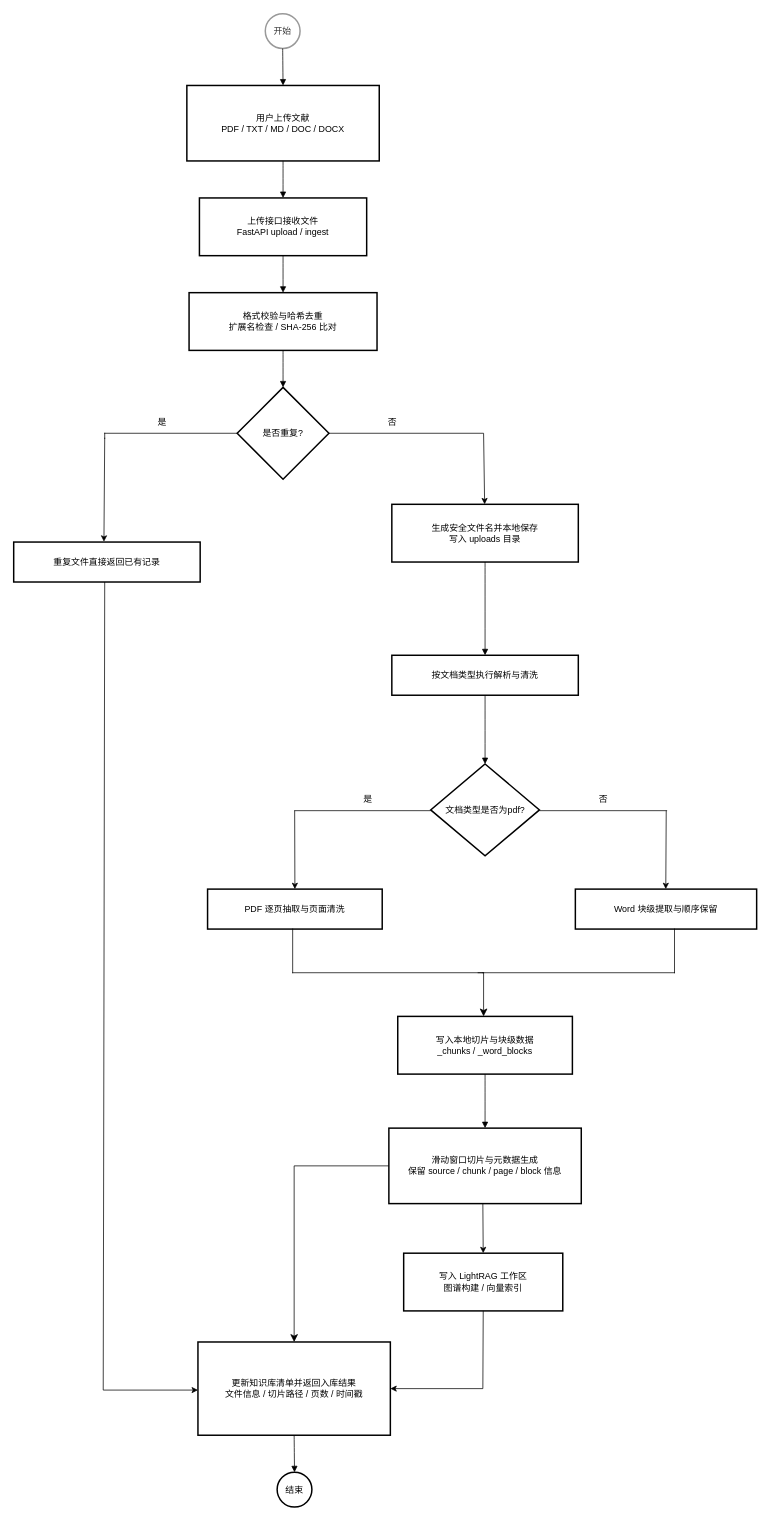
Before: 文档上传流程图.drawio in luser233/test01-2025-07-13, a draw.io diagram. Source tidied: cells renumbered, new cells numbered last; positions are measured from the earlier drawing's top-left corner, leaving out a move shared by most shapes. Both pictures are drawn from the tidied source at 74%, with x=0, y=0 at pixel (13, 13).
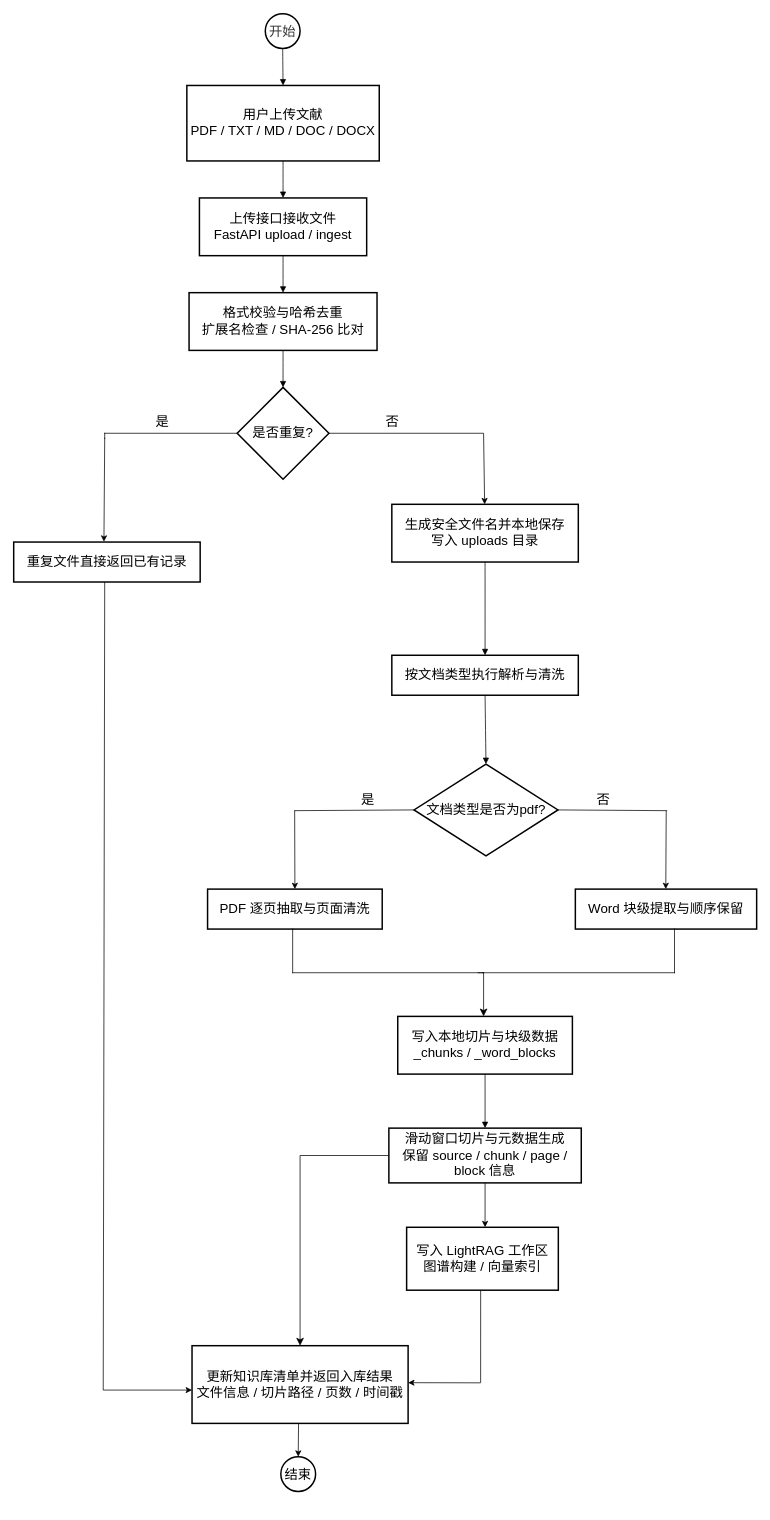
Above is the later version.

Commit message:
更新文档上传流程图.drawio

What changed in the source:
```diff
@@
-    <mxCell id="2" value="开始" style="ellipse;strokeWidth=2;whiteSpace=wrap;fillColor=light-dark(#ffffff, #1f2020);strokeColor=light-dark(#999999,#cccccc);fontColor=light-dark(#333333,#cccccc);" parent="1" vertex="1">
+    <mxCell id="2" value="开始" style="ellipse;strokeWidth=2;whiteSpace=wrap;fillColor=light-dark(#ffffff, #1f2020);strokeColor=light-dark(#000000,#CCCCCC);fontColor=light-dark(#333333,#cccccc);fontSize=18;" parent="1" vertex="1">
       <mxGeometry x="340" width="47" height="47" as="geometry" />
     </mxCell>
-    <mxCell id="3" value="用户上传文献&#10;PDF / TXT / MD / DOC / DOCX" style="whiteSpace=wrap;strokeWidth=2;" parent="1" vertex="1">
+    <mxCell id="3" value="用户上传文献&#10;PDF / TXT / MD / DOC / DOCX" style="whiteSpace=wrap;strokeWidth=2;fontSize=18;" parent="1" vertex="1">
       <mxGeometry x="234" y="97" width="260" height="102" as="geometry" />
     </mxCell>
-    <mxCell id="4" value="上传接口接收文件&#10;FastAPI upload / ingest" style="whiteSpace=wrap;strokeWidth=2;" parent="1" vertex="1">
+    <mxCell id="4" value="上传接口接收文件&#10;FastAPI upload / ingest" style="whiteSpace=wrap;strokeWidth=2;fontSize=18;" parent="1" vertex="1">
       <mxGeometry x="251" y="249" width="226" height="78" as="geometry" />
     </mxCell>
-    <mxCell id="5" value="格式校验与哈希去重&#10;扩展名检查 / SHA-256 比对" style="whiteSpace=wrap;strokeWidth=2;" parent="1" vertex="1">
+    <mxCell id="5" value="格式校验与哈希去重&#10;扩展名检查 / SHA-256 比对" style="whiteSpace=wrap;strokeWidth=2;fontSize=18;" parent="1" vertex="1">
       <mxGeometry x="237" y="377" width="254" height="78" as="geometry" />
     </mxCell>
-    <mxCell id="6" value="是否重复?" style="rhombus;strokeWidth=2;whiteSpace=wrap;" parent="1" vertex="1">
+    <mxCell id="6" value="是否重复?" style="rhombus;strokeWidth=2;whiteSpace=wrap;fontSize=18;" parent="1" vertex="1">
       <mxGeometry x="302" y="505" width="124" height="124" as="geometry" />
     </mxCell>
-    <mxCell id="7" value="重复文件直接返回已有记录" style="whiteSpace=wrap;strokeWidth=2;" parent="1" vertex="1">
+    <mxCell id="7" value="重复文件直接返回已有记录" style="whiteSpace=wrap;strokeWidth=2;fontSize=18;" parent="1" vertex="1">
       <mxGeometry y="714" width="252" height="54" as="geometry" />
     </mxCell>
-    <mxCell id="8" value="生成安全文件名并本地保存&#10;写入 uploads 目录" style="whiteSpace=wrap;strokeWidth=2;" parent="1" vertex="1">
+    <mxCell id="8" value="生成安全文件名并本地保存&#10;写入 uploads 目录" style="whiteSpace=wrap;strokeWidth=2;fontSize=18;" parent="1" vertex="1">
       <mxGeometry x="511" y="663" width="252" height="78" as="geometry" />
     </mxCell>
-    <mxCell id="9" value="按文档类型执行解析与清洗" style="whiteSpace=wrap;strokeWidth=2;" parent="1" vertex="1">
+    <mxCell id="9" value="按文档类型执行解析与清洗" style="whiteSpace=wrap;strokeWidth=2;fontSize=18;" parent="1" vertex="1">
       <mxGeometry x="511" y="867" width="252" height="54" as="geometry" />
     </mxCell>
-    <mxCell id="10" value="文档类型是否为pdf?" style="rhombus;strokeWidth=2;whiteSpace=wrap;" parent="1" vertex="1">
-      <mxGeometry x="563.5" y="1014" width="147" height="124" as="geometry" />
+    <mxCell id="10" value="文档类型是否为pdf?" style="rhombus;strokeWidth=2;whiteSpace=wrap;fontSize=18;" parent="1" vertex="1">
+      <mxGeometry x="541" y="1014" width="194.5" height="124" as="geometry" />
     </mxCell>
-    <mxCell id="11" value="PDF 逐页抽取与页面清洗" style="whiteSpace=wrap;strokeWidth=2;" parent="1" vertex="1">
+    <mxCell id="11" value="PDF 逐页抽取与页面清洗" style="whiteSpace=wrap;strokeWidth=2;fontSize=18;" parent="1" vertex="1">
       <mxGeometry x="262" y="1183" width="236" height="54" as="geometry" />
     </mxCell>
-    <mxCell id="12" value="Word 块级提取与顺序保留" style="whiteSpace=wrap;strokeWidth=2;" parent="1" vertex="1">
+    <mxCell id="12" value="Word 块级提取与顺序保留" style="whiteSpace=wrap;strokeWidth=2;fontSize=18;" parent="1" vertex="1">
       <mxGeometry x="759" y="1183" width="245" height="54" as="geometry" />
     </mxCell>
-    <mxCell id="13" value="写入本地切片与块级数据&#10;_chunks / _word_blocks" style="whiteSpace=wrap;strokeWidth=2;" parent="1" vertex="1">
+    <mxCell id="13" value="写入本地切片与块级数据&#10;_chunks / _word_blocks" style="whiteSpace=wrap;strokeWidth=2;fontSize=18;" parent="1" vertex="1">
       <mxGeometry x="519" y="1355" width="236" height="78" as="geometry" />
     </mxCell>
-    <mxCell id="14" value="滑动窗口切片与元数据生成&#10;保留 source / chunk / page / block 信息" style="whiteSpace=wrap;strokeWidth=2;" parent="1" vertex="1">
-      <mxGeometry x="507" y="1506" width="260" height="102" as="geometry" />
+    <mxCell id="14" value="滑动窗口切片与元数据生成&#10;保留 source / chunk / page / block 信息" style="whiteSpace=wrap;strokeWidth=2;fontSize=18;" parent="1" vertex="1">
+      <mxGeometry x="507" y="1506" width="260" height="74" as="geometry" />
     </mxCell>
-    <mxCell id="15" value="写入 LightRAG 工作区&#10;图谱构建 / 向量索引" style="whiteSpace=wrap;strokeWidth=2;" parent="1" vertex="1">
-      <mxGeometry x="527" y="1675" width="215" height="78" as="geometry" />
+    <mxCell id="15" value="写入 LightRAG 工作区&#10;图谱构建 / 向量索引" style="whiteSpace=wrap;strokeWidth=2;fontSize=18;" parent="1" vertex="1">
+      <mxGeometry x="531" y="1640" width="205" height="85" as="geometry" />
     </mxCell>
-    <mxCell id="16" value="更新知识库清单并返回入库结果&#10;文件信息 / 切片路径 / 页数 / 时间戳" style="whiteSpace=wrap;strokeWidth=2;" parent="1" vertex="1">
-      <mxGeometry x="249" y="1795" width="260" height="126" as="geometry" />
+    <mxCell id="16" value="更新知识库清单并返回入库结果&#10;文件信息 / 切片路径 / 页数 / 时间戳" style="whiteSpace=wrap;strokeWidth=2;fontSize=18;" parent="1" vertex="1">
+      <mxGeometry x="241" y="1800" width="292" height="105" as="geometry" />
     </mxCell>
-    <mxCell id="17" value="结束" style="ellipse;strokeWidth=2;whiteSpace=wrap;" parent="1" vertex="1">
-      <mxGeometry x="356" y="1971" width="47" height="47" as="geometry" />
+    <mxCell id="17" value="结束" style="ellipse;strokeWidth=2;whiteSpace=wrap;fontSize=18;" parent="1" vertex="1">
+      <mxGeometry x="361" y="1950" width="47" height="47" as="geometry" />
     </mxCell>
-    <mxCell id="18" style="curved=1;startArrow=none;endArrow=block;exitX=0.51;exitY=1;entryX=0.5;entryY=0;rounded=0;" parent="1" edge="1" source="2" target="3">
+    <mxCell id="18" style="curved=1;startArrow=none;endArrow=block;exitX=0.51;exitY=1;entryX=0.5;entryY=0;rounded=0;fontSize=18;" parent="1" edge="1" source="2" target="3">
       <mxGeometry relative="1" as="geometry" />
     </mxCell>
-    <mxCell id="19" style="curved=1;startArrow=none;endArrow=block;exitX=0.5;exitY=1;entryX=0.5;entryY=0;rounded=0;" parent="1" edge="1" source="3" target="4">
+    <mxCell id="19" style="curved=1;startArrow=none;endArrow=block;exitX=0.5;exitY=1;entryX=0.5;entryY=0;rounded=0;fontSize=18;" parent="1" edge="1" source="3" target="4">
       <mxGeometry relative="1" as="geometry" />
     </mxCell>
-    <mxCell id="20" style="curved=1;startArrow=none;endArrow=block;exitX=0.5;exitY=1;entryX=0.5;entryY=0;rounded=0;" parent="1" edge="1" source="4" target="5">
+    <mxCell id="20" style="curved=1;startArrow=none;endArrow=block;exitX=0.5;exitY=1;entryX=0.5;entryY=0;rounded=0;fontSize=18;" parent="1" edge="1" source="4" target="5">
       <mxGeometry relative="1" as="geometry" />
     </mxCell>
-    <mxCell id="21" style="curved=1;startArrow=none;endArrow=block;exitX=0.5;exitY=1;entryX=0.5;entryY=0;rounded=0;" parent="1" edge="1" source="5" target="6">
+    <mxCell id="21" style="curved=1;startArrow=none;endArrow=block;exitX=0.5;exitY=1;entryX=0.5;entryY=0;rounded=0;fontSize=18;" parent="1" edge="1" source="5" target="6">
       <mxGeometry relative="1" as="geometry" />
     </mxCell>
-    <mxCell id="22" style="curved=1;startArrow=none;endArrow=block;exitX=0.5;exitY=1;entryX=0.5;entryY=0;rounded=0;" parent="1" edge="1" source="8" target="9">
+    <mxCell id="22" style="curved=1;startArrow=none;endArrow=block;exitX=0.5;exitY=1;entryX=0.5;entryY=0;rounded=0;fontSize=18;" parent="1" edge="1" source="8" target="9">
       <mxGeometry relative="1" as="geometry" />
     </mxCell>
-    <mxCell id="23" style="curved=1;startArrow=none;endArrow=block;exitX=0.5;exitY=1;entryX=0.5;entryY=0;rounded=0;" parent="1" edge="1" source="9" target="10">
+    <mxCell id="23" style="curved=1;startArrow=none;endArrow=block;exitX=0.5;exitY=1;entryX=0.5;entryY=0;rounded=0;fontSize=18;" parent="1" edge="1" source="9" target="10">
       <mxGeometry relative="1" as="geometry" />
     </mxCell>
-    <mxCell id="24" style="curved=1;startArrow=none;endArrow=block;exitX=0.5;exitY=1;entryX=0.5;entryY=0;rounded=0;" parent="1" edge="1" source="13" target="14">
+    <mxCell id="24" style="curved=1;startArrow=none;endArrow=block;exitX=0.5;exitY=1;entryX=0.5;entryY=0;rounded=0;fontSize=18;" parent="1" edge="1" source="13" target="14">
       <mxGeometry relative="1" as="geometry" />
     </mxCell>
-    <mxCell id="25" style="curved=1;startArrow=none;endArrow=block;exitX=0.5;exitY=1;entryX=0.5;entryY=-0.01;rounded=0;" parent="1" edge="1" source="16" target="17">
-      <mxGeometry relative="1" as="geometry" />
-    </mxCell>
-    <mxCell id="26" style="shape=partialRectangle;whiteSpace=wrap;html=1;bottom=0;right=0;fillColor=none;" parent="1" vertex="1">
+    <mxCell id="26" style="shape=partialRectangle;whiteSpace=wrap;html=1;bottom=0;right=0;fillColor=none;fontSize=18;" parent="1" vertex="1">
       <mxGeometry x="123" y="567" width="179" height="7" as="geometry" />
     </mxCell>
-    <mxCell id="27" style="edgeStyle=segmentEdgeStyle;endArrow=classic;html=1;curved=0;rounded=0;endSize=8;startSize=8;entryX=0;entryY=0.5;entryDx=0;entryDy=0;entryPerimeter=0;" parent="1" edge="1">
+    <mxCell id="27" style="edgeStyle=segmentEdgeStyle;endArrow=classic;html=1;curved=0;rounded=0;endSize=8;startSize=8;entryX=0;entryY=0.5;entryDx=0;entryDy=0;entryPerimeter=0;fontSize=18;" parent="1" edge="1">
       <mxGeometry relative="1" as="geometry">
         <mxPoint x="627" y="1296" as="sourcePoint" />
         <mxPoint x="635" y="1355" as="targetPoint" />
       </mxGeometry>
     </mxCell>
-    <mxCell id="28" style="shape=partialRectangle;whiteSpace=wrap;html=1;bottom=0;right=0;fillColor=none;direction=west;" parent="1" vertex="1">
+    <mxCell id="28" style="shape=partialRectangle;whiteSpace=wrap;html=1;bottom=0;right=0;fillColor=none;direction=west;fontSize=18;" parent="1" vertex="1">
       <mxGeometry x="634" y="1237" width="259" height="59" as="geometry" />
     </mxCell>
-    <mxCell id="29" style="shape=partialRectangle;whiteSpace=wrap;html=1;bottom=0;right=0;fillColor=none;direction=north;" parent="1" vertex="1">
+    <mxCell id="29" style="shape=partialRectangle;whiteSpace=wrap;html=1;bottom=0;right=0;fillColor=none;direction=north;fontSize=18;" parent="1" vertex="1">
       <mxGeometry x="377" y="1237" width="258" height="59" as="geometry" />
     </mxCell>
-    <mxCell id="30" style="endArrow=classic;html=1;rounded=0;entryX=0.484;entryY=-0.009;entryDx=0;entryDy=0;entryPerimeter=0;" parent="1" edge="1" target="7">
+    <mxCell id="30" style="endArrow=classic;html=1;rounded=0;entryX=0.484;entryY=-0.009;entryDx=0;entryDy=0;entryPerimeter=0;fontSize=18;" parent="1" edge="1" target="7">
       <mxGeometry relative="1" as="geometry">
         <mxPoint x="123" y="573" as="sourcePoint" />
       </mxGeometry>
     </mxCell>
-    <mxCell id="31" style="endArrow=classic;html=1;rounded=0;" parent="1" edge="1" target="8">
+    <mxCell id="31" style="endArrow=classic;html=1;rounded=0;fontSize=18;" parent="1" edge="1" target="8">
       <mxGeometry relative="1" as="geometry">
         <mxPoint x="635" y="567" as="sourcePoint" />
       </mxGeometry>
     </mxCell>
-    <mxCell id="32" style="endArrow=none;html=1;rounded=0;" parent="1" edge="1">
+    <mxCell id="32" style="endArrow=none;html=1;rounded=0;fontSize=18;" parent="1" edge="1">
       <mxGeometry relative="1" as="geometry">
         <mxPoint x="426" y="567" as="sourcePoint" />
         <mxPoint x="635" y="567" as="targetPoint" />
       </mxGeometry>
     </mxCell>
-    <mxCell id="33" value="是" style="text;html=1;whiteSpace=wrap;strokeColor=none;fillColor=none;align=center;verticalAlign=middle;rounded=0;" parent="1" vertex="1">
+    <mxCell id="33" value="是" style="text;html=1;whiteSpace=wrap;strokeColor=none;fillColor=none;align=center;verticalAlign=middle;rounded=0;fontSize=18;" parent="1" vertex="1">
       <mxGeometry x="171" y="537" width="60" height="30" as="geometry" />
     </mxCell>
-    <mxCell id="34" value="否" style="text;html=1;whiteSpace=wrap;strokeColor=none;fillColor=none;align=center;verticalAlign=middle;rounded=0;" parent="1" vertex="1">
+    <mxCell id="34" value="否" style="text;html=1;whiteSpace=wrap;strokeColor=none;fillColor=none;align=center;verticalAlign=middle;rounded=0;fontSize=18;" parent="1" vertex="1">
       <mxGeometry x="482" y="537" width="60" height="30" as="geometry" />
     </mxCell>
-    <mxCell id="35" style="endArrow=none;html=1;rounded=0;" parent="1" edge="1">
+    <mxCell id="35" style="endArrow=none;html=1;rounded=0;fontSize=18;entryX=0;entryY=0.5;entryDx=0;entryDy=0;" parent="1" edge="1" target="10">
       <mxGeometry relative="1" as="geometry">
         <mxPoint x="379" y="1077" as="sourcePoint" />
-        <mxPoint x="563.5" y="1077" as="targetPoint" />
       </mxGeometry>
     </mxCell>
-    <mxCell id="36" style="endArrow=none;html=1;rounded=0;" parent="1" edge="1">
+    <mxCell id="36" style="endArrow=none;html=1;rounded=0;fontSize=18;exitX=1;exitY=0.5;exitDx=0;exitDy=0;" parent="1" edge="1" source="10">
       <mxGeometry relative="1" as="geometry">
-        <mxPoint x="710.5" y="1077" as="sourcePoint" />
         <mxPoint x="883" y="1077" as="targetPoint" />
       </mxGeometry>
     </mxCell>
-    <mxCell id="37" style="endArrow=classic;html=1;rounded=0;entryX=0.5;entryY=0;entryDx=0;entryDy=0;" parent="1" edge="1" target="11">
+    <mxCell id="37" style="endArrow=classic;html=1;rounded=0;entryX=0.5;entryY=0;entryDx=0;entryDy=0;fontSize=18;" parent="1" edge="1" target="11">
       <mxGeometry relative="1" as="geometry">
         <mxPoint x="379.7" y="1077" as="sourcePoint" />
       </mxGeometry>
     </mxCell>
-    <mxCell id="38" style="endArrow=classic;html=1;rounded=0;entryX=0.5;entryY=0;entryDx=0;entryDy=0;" parent="1" edge="1">
+    <mxCell id="38" style="endArrow=classic;html=1;rounded=0;entryX=0.5;entryY=0;entryDx=0;entryDy=0;fontSize=18;" parent="1" edge="1">
       <mxGeometry relative="1" as="geometry">
         <mxPoint x="881.8" y="1077" as="sourcePoint" />
         <mxPoint x="881.2" y="1183" as="targetPoint" />
       </mxGeometry>
     </mxCell>
-    <mxCell id="39" value="是" style="text;html=1;whiteSpace=wrap;strokeColor=none;fillColor=none;align=center;verticalAlign=middle;rounded=0;" parent="1" vertex="1">
+    <mxCell id="39" value="是" style="text;html=1;whiteSpace=wrap;strokeColor=none;fillColor=none;align=center;verticalAlign=middle;rounded=0;fontSize=18;" parent="1" vertex="1">
       <mxGeometry x="449" y="1047" width="60" height="30" as="geometry" />
     </mxCell>
-    <mxCell id="40" value="否" style="text;html=1;whiteSpace=wrap;strokeColor=none;fillColor=none;align=center;verticalAlign=middle;rounded=0;" parent="1" vertex="1">
+    <mxCell id="40" value="否" style="text;html=1;whiteSpace=wrap;strokeColor=none;fillColor=none;align=center;verticalAlign=middle;rounded=0;fontSize=18;" parent="1" vertex="1">
       <mxGeometry x="767" y="1047" width="60" height="30" as="geometry" />
     </mxCell>
-    <mxCell id="41" style="endArrow=classic;html=1;rounded=0;entryX=0.5;entryY=0;entryDx=0;entryDy=0;" parent="1" edge="1" target="15">
-      <mxGeometry relative="1" as="geometry">
-        <mxPoint x="634" y="1608" as="sourcePoint" />
-      </mxGeometry>
-    </mxCell>
-    <mxCell id="42" style="endArrow=classic;html=1;rounded=0;entryX=1;entryY=0.5;entryDx=0;entryDy=0;" parent="1" edge="1" target="16">
+    <mxCell id="42" style="endArrow=classic;html=1;rounded=0;fontSize=18;" parent="1" edge="1">
       <mxGeometry relative="1" as="geometry">
-        <mxPoint x="634" y="1858" as="sourcePoint" />
+        <mxPoint x="631" y="1850.2" as="sourcePoint" />
+        <mxPoint x="533" y="1850" as="targetPoint" />
       </mxGeometry>
     </mxCell>
-    <mxCell id="43" style="endArrow=none;html=1;rounded=0;entryX=0.5;entryY=1;entryDx=0;entryDy=0;" parent="1" edge="1" target="15">
-      <mxGeometry relative="1" as="geometry">
-        <mxPoint x="634" y="1858" as="sourcePoint" />
-      </mxGeometry>
-    </mxCell>
-    <mxCell id="44" style="edgeStyle=segmentEdgeStyle;endArrow=classic;html=1;curved=0;rounded=0;endSize=8;startSize=8;entryX=0.5;entryY=0;entryDx=0;entryDy=0;exitX=0;exitY=0.5;exitDx=0;exitDy=0;" parent="1" edge="1" source="14" target="16">
+    <mxCell id="44" style="edgeStyle=segmentEdgeStyle;endArrow=classic;html=1;curved=0;rounded=0;endSize=8;startSize=8;entryX=0.5;entryY=0;entryDx=0;entryDy=0;exitX=0;exitY=0.5;exitDx=0;exitDy=0;fontSize=18;" parent="1" edge="1" source="14" target="16">
       <mxGeometry relative="1" as="geometry" />
     </mxCell>
-    <mxCell id="45" style="endArrow=none;html=1;rounded=0;" parent="1" edge="1">
+    <mxCell id="45" style="endArrow=none;html=1;rounded=0;fontSize=18;" parent="1" edge="1">
       <mxGeometry relative="1" as="geometry">
         <mxPoint x="121" y="1860" as="sourcePoint" />
         <mxPoint x="123" y="768" as="targetPoint" />
       </mxGeometry>
     </mxCell>
-    <mxCell id="46" style="endArrow=classic;html=1;rounded=0;" parent="1" edge="1">
+    <mxCell id="46" style="endArrow=classic;html=1;rounded=0;fontSize=18;" parent="1" edge="1">
       <mxGeometry relative="1" as="geometry">
         <mxPoint x="121" y="1860" as="sourcePoint" />
-        <mxPoint x="249" y="1860" as="targetPoint" />
+        <mxPoint x="241" y="1860" as="targetPoint" />
       </mxGeometry>
     </mxCell>
+    <mxCell id="47" style="endArrow=none;html=1;rounded=0;entryX=0.488;entryY=1.003;entryDx=0;entryDy=0;entryPerimeter=0;" parent="1" edge="1" target="15">
+      <mxGeometry relative="1" as="geometry">
+        <mxPoint x="631" y="1850" as="sourcePoint" />
+      </mxGeometry>
+    </mxCell>
+    <mxCell id="48" style="endArrow=classic;html=1;rounded=0;exitX=0.5;exitY=1;exitDx=0;exitDy=0;entryX=0.517;entryY=-0.001;entryDx=0;entryDy=0;entryPerimeter=0;" parent="1" edge="1" source="14" target="15">
+      <mxGeometry relative="1" as="geometry" />
+    </mxCell>
+    <mxCell id="25" style="endArrow=classic;html=1;rounded=0;entryX=0.5;entryY=0;entryDx=0;entryDy=0;exitX=0.493;exitY=0.998;exitDx=0;exitDy=0;exitPerimeter=0;" parent="1" edge="1" source="16" target="17">
+      <mxGeometry relative="1" as="geometry" />
+    </mxCell>
```
